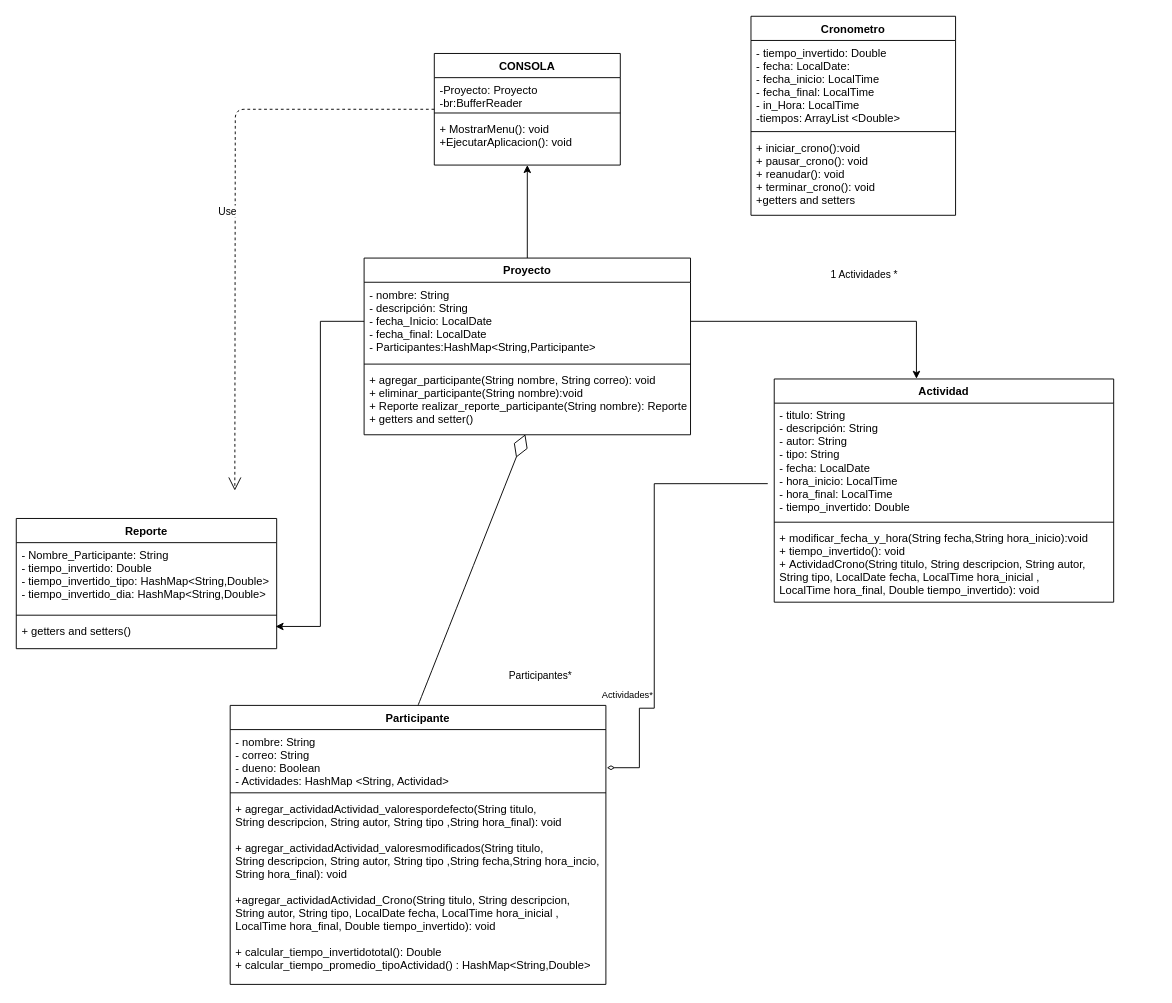
Earlier version of the draw.io diagram ENTREGA2_P1.drawio (DYPOO-2022-j-vargasr2-n-camargop/ENTREGA1_PROYECTO1_DYPOO). Source tidied: cells renumbered, new cells numbered last; positions are measured from the earlier drawing's top-left corner, leaving out a move shared by most shapes. Both pictures are drawn from the tidied source at 93%, with x=0, y=0 at pixel (16, 16).
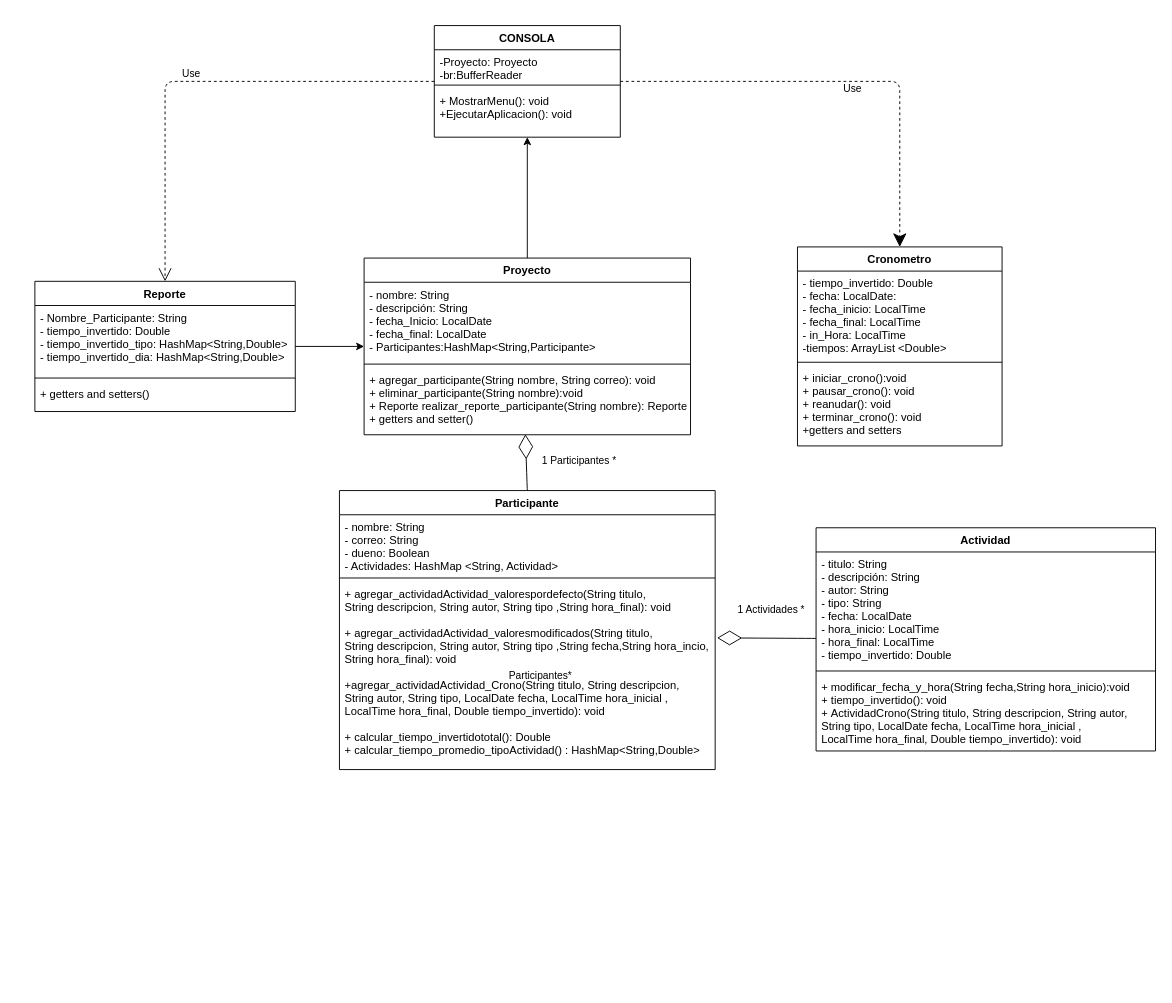
After the change.

The change refers to these unchanged cells:
```xml
<mxCell id="3" value="- titulo: String &#10;- descripción: String&#10;- autor: String&#10;- tipo: String&#10;- fecha: LocalDate&#10;- hora_inicio: LocalTime&#10;- hora_final: LocalTime&#10;- tiempo_invertido: Double" style="text;strokeColor=none;fillColor=none;align=left;verticalAlign=top;spacingLeft=4;spacingRight=4;overflow=hidden;points=[[0,0.5],[1,0.5]];portConstraint=eastwest;" parent="2" vertex="1">
  <mxGeometry y="26" width="365" height="124" as="geometry" />
</mxCell>
<mxCell id="9" value="+ getters and setters()" style="text;strokeColor=none;fillColor=none;align=left;verticalAlign=top;spacingLeft=4;spacingRight=4;overflow=hidden;points=[[0,0.5],[1,0.5]];portConstraint=eastwest;" parent="6" vertex="1">
  <mxGeometry y="108" width="280" height="32" as="geometry" />
</mxCell>
<mxCell id="11" value="Proyecto" style="swimlane;fontStyle=1;align=center;verticalAlign=top;horizontal=1;startSize=26;" parent="1" vertex="1">
  <mxGeometry x="374" y="260" width="351" height="190" as="geometry" />
</mxCell>
<mxCell id="12" value="- nombre: String&#10;- descripción: String&#10;- fecha_Inicio: LocalDate&#10;- fecha_final: LocalDate&#10;- Participantes:HashMap&lt;String,Participante&gt;" style="text;strokeColor=none;fillColor=none;align=left;verticalAlign=top;spacingLeft=4;spacingRight=4;overflow=hidden;points=[[0,0.5],[1,0.5]];portConstraint=eastwest;" parent="11" vertex="1">
  <mxGeometry y="26" width="351" height="84" as="geometry" />
</mxCell>
<mxCell id="16" value="- nombre: String&#10;- correo: String&#10;- dueno: Boolean&#10;- Actividades: HashMap &lt;String, Actividad&gt;" style="text;strokeColor=none;fillColor=none;align=left;verticalAlign=top;spacingLeft=4;spacingRight=4;overflow=hidden;points=[[0,0.5],[1,0.5]];portConstraint=eastwest;" parent="15" vertex="1">
  <mxGeometry y="26" width="404" height="64" as="geometry" />
</mxCell>
<mxCell id="18" value="+ agregar_actividadActividad_valorespordefecto(String titulo, &#10;String descripcion, String autor, String tipo ,String hora_final): void&#10;&#10;+ agregar_actividadActividad_valoresmodificados(String titulo, &#10;String descripcion, String autor, String tipo ,String fecha,String hora_incio,&#10;String hora_final): void&#10;&#10;+agregar_actividadActividad_Crono(String titulo, String descripcion, &#10;String autor, String tipo, LocalDate fecha, LocalTime hora_inicial ,&#10;LocalTime hora_final, Double tiempo_invertido): void&#10;&#10;+ calcular_tiempo_invertidototal(): Double&#10;+ calcular_tiempo_promedio_tipoActividad() : HashMap&lt;String,Double&gt;" style="text;strokeColor=none;fillColor=none;align=left;verticalAlign=top;spacingLeft=4;spacingRight=4;overflow=hidden;points=[[0,0.5],[1,0.5]];portConstraint=eastwest;" parent="15" vertex="1">
  <mxGeometry y="98" width="404" height="202" as="geometry" />
</mxCell>
```

Change to the diagram source:
```diff
@@
     <mxCell id="2" value="Actividad" style="swimlane;fontStyle=1;align=center;verticalAlign=top;horizontal=1;startSize=26;" parent="1" vertex="1">
-      <mxGeometry x="815" y="390" width="365" height="240" as="geometry" />
+      <mxGeometry x="860" y="550" width="365" height="240" as="geometry" />
     </mxCell>
@@
     <mxCell id="6" value="Reporte" style="swimlane;fontStyle=1;align=center;verticalAlign=top;horizontal=1;startSize=26;" parent="1" vertex="1">
-      <mxGeometry y="540" width="280" height="140" as="geometry" />
+      <mxGeometry x="20" y="285" width="280" height="140" as="geometry" />
     </mxCell>
@@
     <mxCell id="15" value="Participante" style="swimlane;fontStyle=1;align=center;verticalAlign=top;horizontal=1;startSize=26;" parent="1" vertex="1">
-      <mxGeometry x="230" y="741" width="404" height="300" as="geometry" />
+      <mxGeometry x="347.5" y="510" width="404" height="300" as="geometry" />
     </mxCell>
@@
-    <mxCell id="20" value="Use" style="endArrow=open;endSize=12;dashed=1;html=1;edgeStyle=orthogonalEdgeStyle;" parent="1" edge="1" source="31">
-      <mxGeometry x="0.04" y="-8" relative="1" as="geometry">
-        <mxPoint x="235" y="510" as="targetPoint" />
-      </mxGeometry>
+    <mxCell id="20" value="Use" style="endArrow=open;endSize=12;dashed=1;html=1;edgeStyle=orthogonalEdgeStyle;" parent="1" edge="1" source="31" target="6">
+      <mxGeometry x="0.04" y="-8" relative="1" as="geometry" />
     </mxCell>
-    <mxCell id="21" style="edgeStyle=orthogonalEdgeStyle;rounded=0;jettySize=auto;html=1;endArrow=diamondThin;endFill=0;strokeWidth=1;targetPerimeterSpacing=1;startArrow=none;exitX=-0.019;exitY=0.698;exitDx=0;exitDy=0;exitPerimeter=0;" parent="1" edge="1" source="3" target="16">
-      <mxGeometry relative="1" as="geometry">
-        <Array as="points">
-          <mxPoint x="686" y="744" />
-          <mxPoint x="670" y="744" />
-          <mxPoint x="670" y="808" />
-        </Array>
-      </mxGeometry>
-    </mxCell>
@@
-    <mxCell id="23" value="Actividades*&#10;" style="text;strokeColor=none;fillColor=none;align=left;verticalAlign=middle;spacingLeft=4;spacingRight=4;overflow=hidden;fontSize=10;" parent="1" vertex="1">
-      <mxGeometry x="624" y="722" width="66" height="12" as="geometry" />
-    </mxCell>
-    <mxCell id="24" style="edgeStyle=orthogonalEdgeStyle;rounded=0;jettySize=auto;html=1;entryX=0.996;entryY=0.254;entryDx=0;entryDy=0;entryPerimeter=0;" parent="1" edge="1" source="12" target="9">
+    <mxCell id="24" style="edgeStyle=orthogonalEdgeStyle;rounded=0;jettySize=auto;html=1;" parent="1" edge="1" source="6" target="11">
       <mxGeometry relative="1" as="geometry" />
     </mxCell>
     <mxCell id="25" value="1 Actividades *&#10;" style="text;strokeColor=none;fillColor=none;align=left;verticalAlign=middle;spacingLeft=4;spacingRight=4;overflow=hidden;fontSize=11;" parent="1" vertex="1">
-      <mxGeometry x="870" y="270" width="90" height="21" as="geometry" />
+      <mxGeometry x="770" y="630" width="90" height="21" as="geometry" />
     </mxCell>
-    <mxCell id="26" style="edgeStyle=orthogonalEdgeStyle;rounded=0;jettySize=auto;html=1;entryX=0.419;entryY=-0.001;entryDx=0;entryDy=0;entryPerimeter=0;" parent="1" edge="1" source="12" target="2">
-      <mxGeometry relative="1" as="geometry" />
-    </mxCell>
     <mxCell id="27" value="Cronometro" style="swimlane;fontStyle=1;align=center;verticalAlign=top;horizontal=1;startSize=26;" parent="1" vertex="1">
-      <mxGeometry x="790" width="220" height="214" as="geometry" />
+      <mxGeometry x="840" y="248" width="220" height="214" as="geometry" />
     </mxCell>
@@
     <mxCell id="31" value="CONSOLA" style="swimlane;fontStyle=1;align=center;verticalAlign=top;horizontal=1;startSize=26;" parent="1" vertex="1">
-      <mxGeometry x="449.5" y="40" width="200" height="120" as="geometry" />
+      <mxGeometry x="449.5" y="10" width="200" height="120" as="geometry" />
     </mxCell>
@@
+    <mxCell id="35" value="Use" style="endArrow=classic;endSize=12;dashed=1;html=1;edgeStyle=orthogonalEdgeStyle;endFill=1;" parent="1" edge="1" source="31" target="27">
+      <mxGeometry x="0.04" y="-8" relative="1" as="geometry" />
+    </mxCell>
+    <mxCell id="36" style="endArrow=diamondThin;endFill=0;endSize=24;html=1;curved=1;entryX=1.005;entryY=0.299;entryDx=0;entryDy=0;entryPerimeter=0;" parent="1" edge="1" source="2" target="18">
+      <mxGeometry relative="1" as="geometry" />
+    </mxCell>
+    <mxCell id="37" value="1 Participantes *&#10;" style="text;strokeColor=none;fillColor=none;align=left;verticalAlign=middle;spacingLeft=4;spacingRight=4;overflow=hidden;fontSize=11;" parent="1" vertex="1">
+      <mxGeometry x="559.5" y="470" width="90" height="21" as="geometry" />
+    </mxCell>
```
